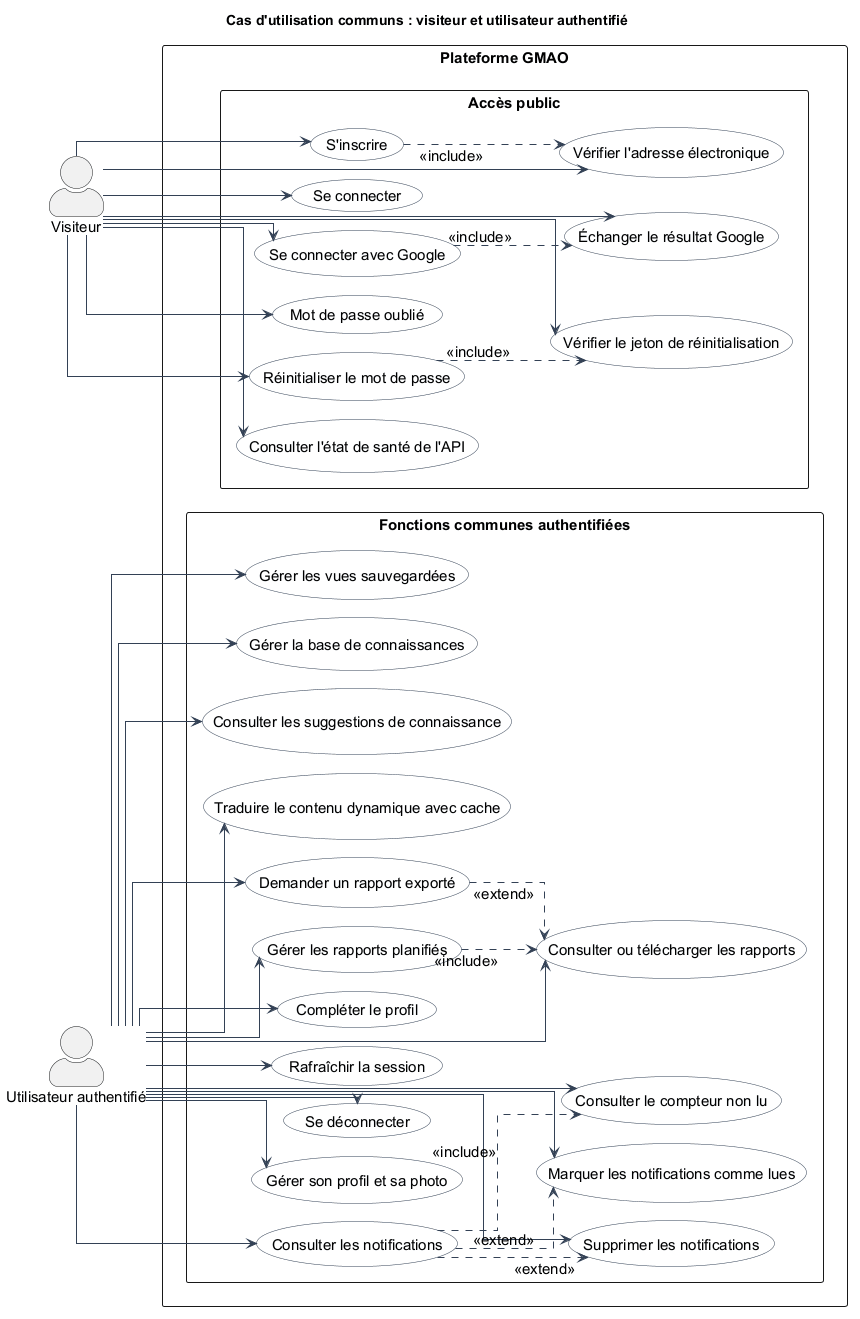
Before: figures/use-cases/acces-commun.png, a diagram exported from PlantUML (balsemkhouniblossom/RapportDeStagePFE2026). Source of this version:
```plantuml
@startuml
left to right direction
skinparam shadowing false
skinparam packageStyle rectangle
skinparam actorStyle awesome
skinparam linetype ortho
skinparam nodesep 18
skinparam ranksep 24
skinparam defaultFontSize 15
skinparam usecase {
  BackgroundColor #F8FAFC
  BorderColor #334155
  ArrowColor #334155
}
title Cas d'utilisation communs : visiteur et utilisateur authentifié
actor "Visiteur" as Visitor
actor "Utilisateur authentifié" as User
rectangle "Plateforme GMAO" {
  package "Accès public" {
    usecase "S'inscrire" as R
    usecase "Vérifier l'adresse électronique" as VE
    usecase "Se connecter" as L
    usecase "Se connecter avec Google" as GL
    usecase "Échanger le résultat Google" as GX
    usecase "Mot de passe oublié" as FP
    usecase "Vérifier le jeton de réinitialisation" as VT
    usecase "Réinitialiser le mot de passe" as RP
    usecase "Consulter l'état de santé de l'API" as H
  }
  package "Fonctions communes authentifiées" {
    usecase "Compléter le profil" as CP
    usecase "Rafraîchir la session" as RF
    usecase "Se déconnecter" as LO
    usecase "Gérer son profil et sa photo" as PR
    usecase "Consulter les notifications" as VN
    usecase "Consulter le compteur non lu" as UN
    usecase "Marquer les notifications comme lues" as RN
    usecase "Supprimer les notifications" as DN
    usecase "Gérer les vues sauvegardées" as SV
    usecase "Gérer la base de connaissances" as KB
    usecase "Consulter les suggestions de connaissance" as KS
    usecase "Traduire le contenu dynamique avec cache" as TR
    usecase "Demander un rapport exporté" as GR
    usecase "Consulter ou télécharger les rapports" as DR
    usecase "Gérer les rapports planifiés" as SR
  }
}
Visitor --> R
Visitor --> VE
Visitor --> L
Visitor --> GL
Visitor --> GX
Visitor --> FP
Visitor --> VT
Visitor --> RP
Visitor --> H
User --> CP
User --> RF
User --> LO
User --> PR
User --> VN
User --> UN
User --> RN
User --> DN
User --> SV
User --> KB
User --> KS
User --> TR
User --> GR
User --> DR
User --> SR
R ..> VE : <<include>>
GL ..> GX : <<include>>
RP ..> VT : <<include>>
VN ..> UN : <<include>>
VN ..> RN : <<extend>>
VN ..> DN : <<extend>>
GR ..> DR : <<extend>>
SR ..> DR : <<include>>
@enduml
```
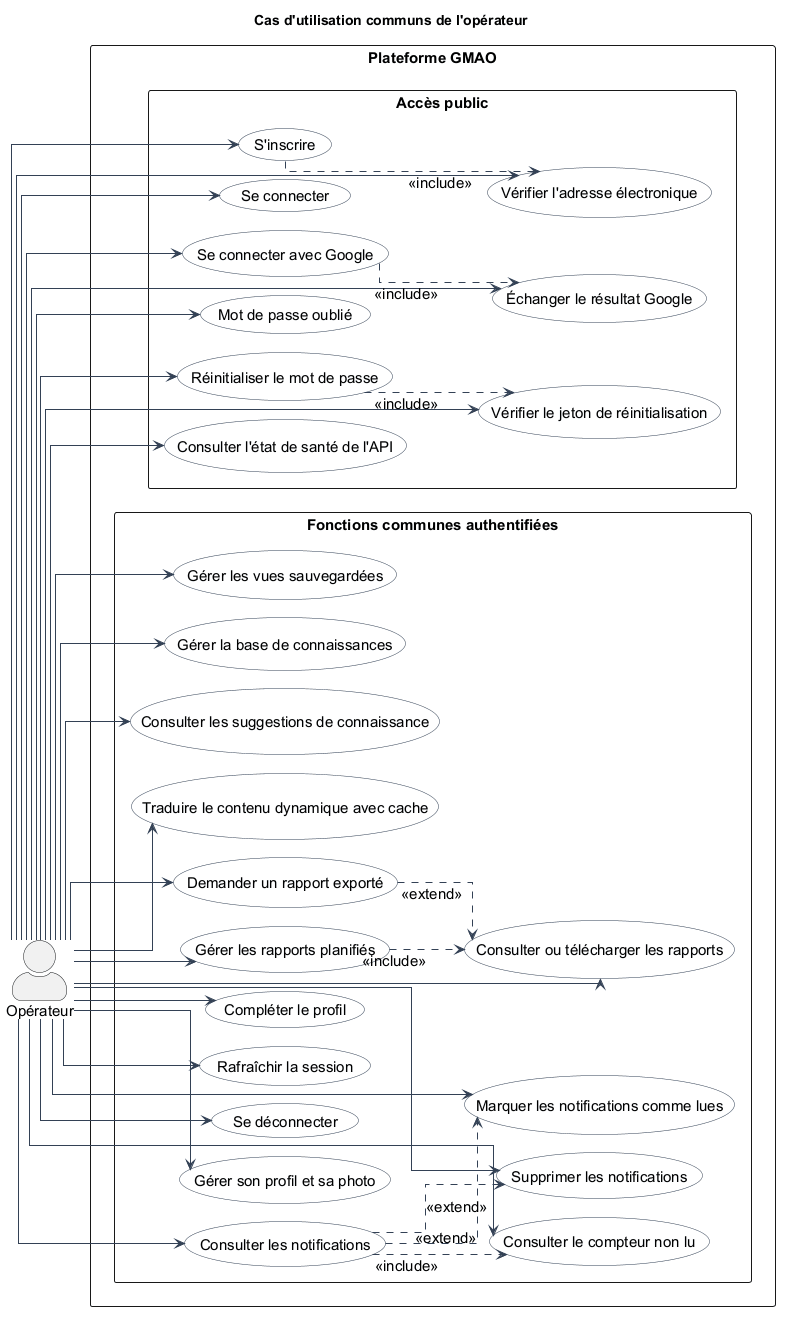
The same file after the commit.

Commit message:
Update use case diagrams and descriptions for operator roles

Change to the diagram source:
```diff
@@ -12,9 +12,8 @@
   BorderColor #334155
   ArrowColor #334155
 }
-title Cas d'utilisation communs : visiteur et utilisateur authentifié
-actor "Visiteur" as Visitor
-actor "Utilisateur authentifié" as User
+title Cas d'utilisation communs de l'opérateur
+actor "Opérateur" as Operator
 rectangle "Plateforme GMAO" {
   package "Accès public" {
     usecase "S'inscrire" as R
@@ -45,30 +44,30 @@
     usecase "Gérer les rapports planifiés" as SR
   }
 }
-Visitor --> R
-Visitor --> VE
-Visitor --> L
-Visitor --> GL
-Visitor --> GX
-Visitor --> FP
-Visitor --> VT
-Visitor --> RP
-Visitor --> H
-User --> CP
-User --> RF
-User --> LO
-User --> PR
-User --> VN
-User --> UN
-User --> RN
-User --> DN
-User --> SV
-User --> KB
-User --> KS
-User --> TR
-User --> GR
-User --> DR
-User --> SR
+Operator --> R
+Operator --> VE
+Operator --> L
+Operator --> GL
+Operator --> GX
+Operator --> FP
+Operator --> VT
+Operator --> RP
+Operator --> H
+Operator --> CP
+Operator --> RF
+Operator --> LO
+Operator --> PR
+Operator --> VN
+Operator --> UN
+Operator --> RN
+Operator --> DN
+Operator --> SV
+Operator --> KB
+Operator --> KS
+Operator --> TR
+Operator --> GR
+Operator --> DR
+Operator --> SR
 R ..> VE : <<include>>
 GL ..> GX : <<include>>
 RP ..> VT : <<include>>
```
